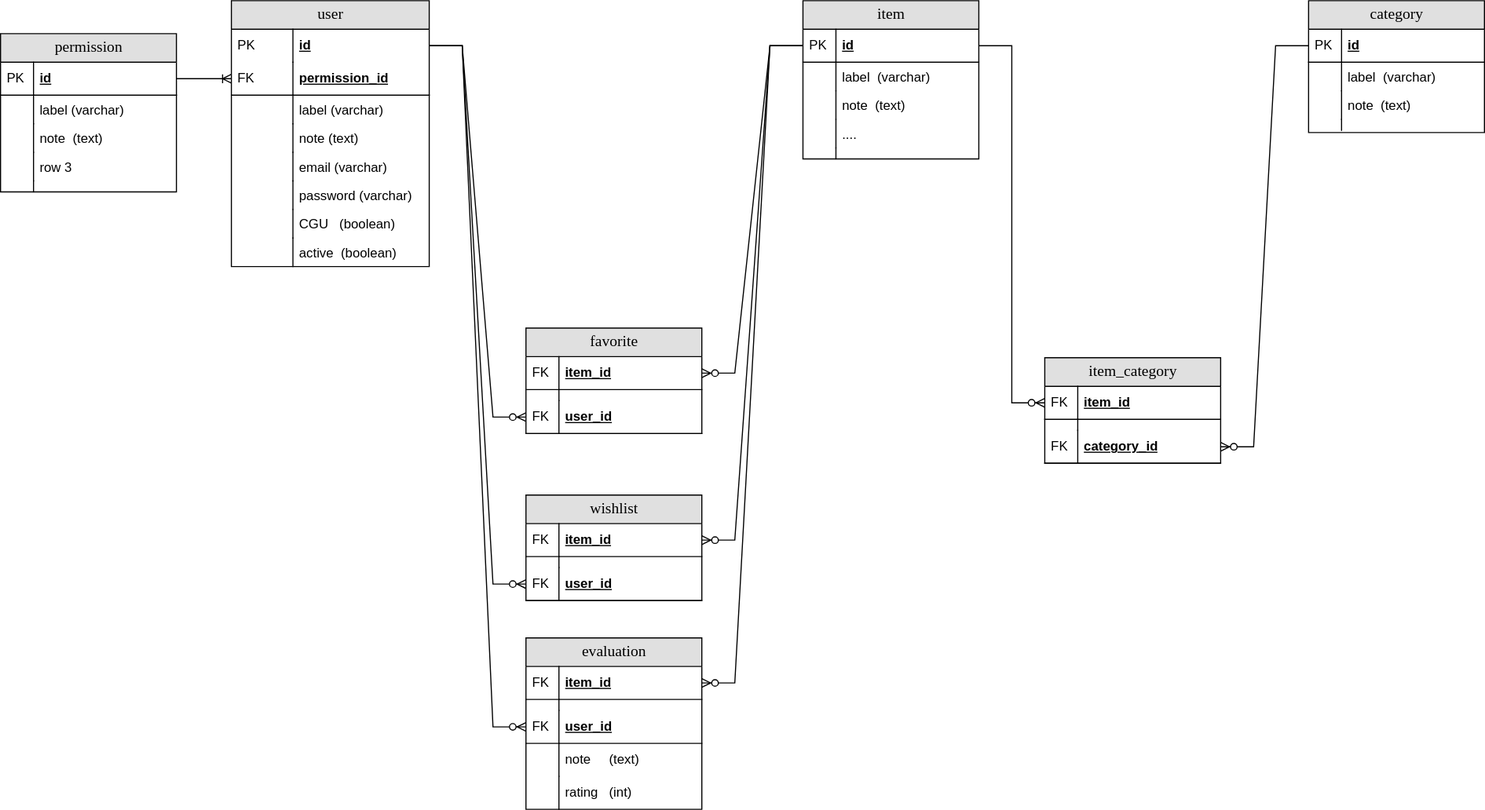
This is EntityRelation.drawio.svg from HexMakina/ZAD-X75-B-2021-2022, a draw.io export, as it was before one commit. Source tidied: cells renumbered, new cells last; positions are measured from the earlier drawing's top-left corner, leaving out a move shared by most shapes.
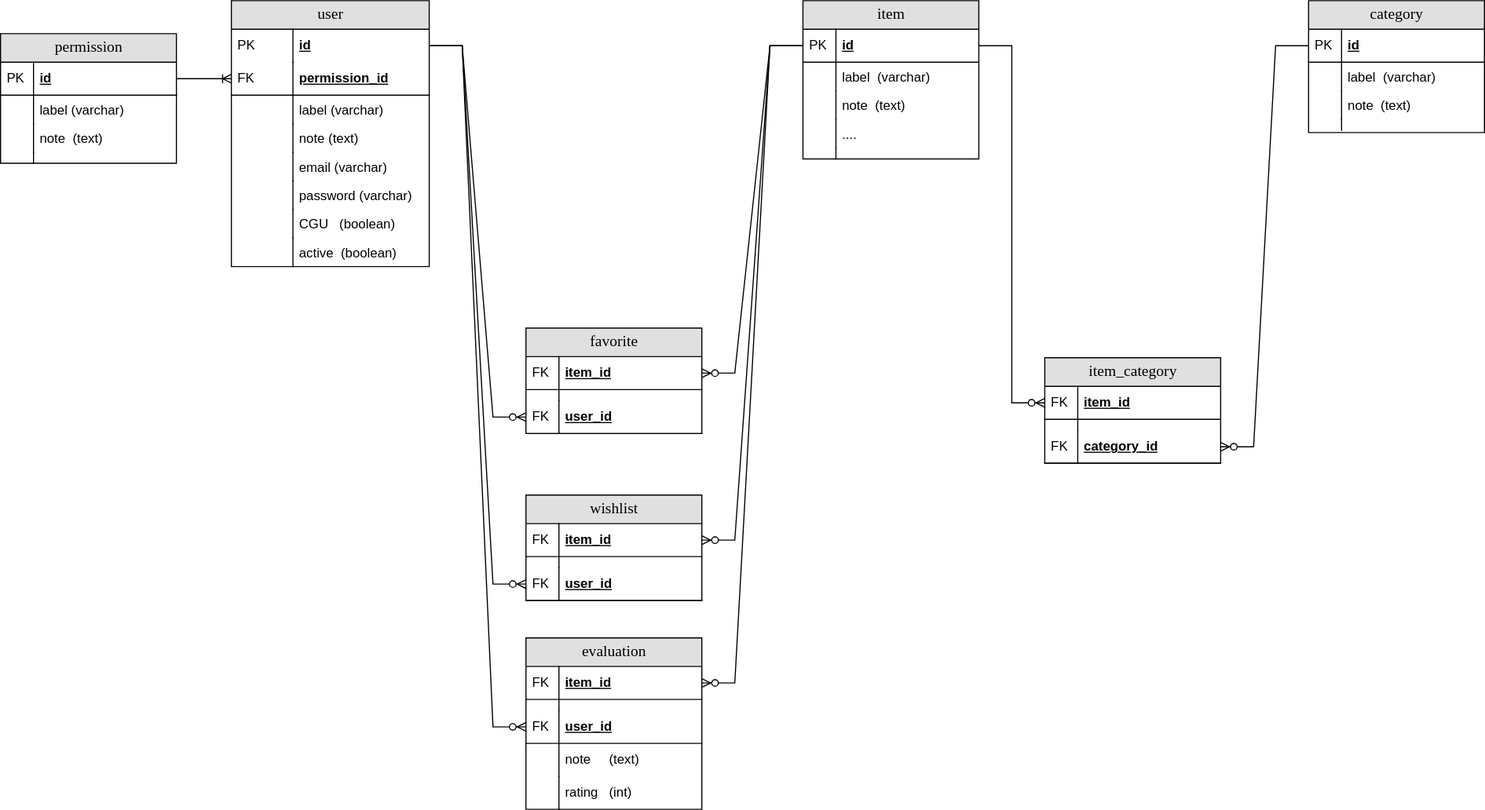
After the commit.

Change to the diagram source:
```diff
@@ -87,7 +87,7 @@
       <mxGeometry width="30" height="10" as="geometry" />
     </mxCell>
     <mxCell id="30" value="permission" style="swimlane;html=1;fontStyle=0;horizontal=1;startSize=26;fillColor=#e0e0e0;swimlaneFillColor=#ffffff;align=center;rounded=0;shadow=0;comic=0;labelBackgroundColor=none;strokeWidth=1;fontFamily=Verdana;fontSize=14;" parent="1" vertex="1">
-      <mxGeometry y="30" width="160" height="144" as="geometry" />
+      <mxGeometry y="30" width="160" height="118" as="geometry" />
     </mxCell>
     <mxCell id="31" value="id" style="shape=partialRectangle;top=0;left=0;right=0;bottom=1;html=1;align=left;verticalAlign=middle;fillColor=none;spacingLeft=34;spacingRight=4;whiteSpace=wrap;overflow=hidden;points=[[0,0.5],[1,0.5]];portConstraint=eastwest;fontStyle=5;" parent="30" vertex="1">
       <mxGeometry y="26" width="160" height="30" as="geometry" />
@@ -107,14 +107,8 @@
     <mxCell id="36" style="shape=partialRectangle;top=0;left=0;bottom=0;html=1;fillColor=none;align=left;verticalAlign=top;spacingLeft=4;spacingRight=4;whiteSpace=wrap;overflow=hidden;" parent="35" vertex="1">
       <mxGeometry width="30" height="26" as="geometry" />
     </mxCell>
-    <mxCell id="37" value="row 3" style="shape=partialRectangle;top=0;left=0;right=0;bottom=0;html=1;align=left;verticalAlign=top;fillColor=none;spacingLeft=34;spacingRight=4;whiteSpace=wrap;overflow=hidden;" parent="30" vertex="1">
-      <mxGeometry y="108" width="160" height="26" as="geometry" />
-    </mxCell>
-    <mxCell id="38" style="shape=partialRectangle;top=0;left=0;bottom=0;html=1;fillColor=none;align=left;verticalAlign=top;spacingLeft=4;spacingRight=4;whiteSpace=wrap;overflow=hidden;" parent="37" vertex="1">
-      <mxGeometry width="30" height="26" as="geometry" />
-    </mxCell>
     <mxCell id="39" style="shape=partialRectangle;top=0;left=0;right=0;bottom=0;html=1;align=left;verticalAlign=top;fillColor=none;spacingLeft=34;spacingRight=4;whiteSpace=wrap;overflow=hidden;" parent="30" vertex="1">
-      <mxGeometry y="134" width="160" height="10" as="geometry" />
+      <mxGeometry y="108" width="160" height="10" as="geometry" />
     </mxCell>
     <mxCell id="40" style="shape=partialRectangle;top=0;left=0;bottom=0;html=1;fillColor=none;align=left;verticalAlign=top;spacingLeft=4;spacingRight=4;whiteSpace=wrap;overflow=hidden;" parent="39" vertex="1">
       <mxGeometry width="30" height="10" as="geometry" />
```
